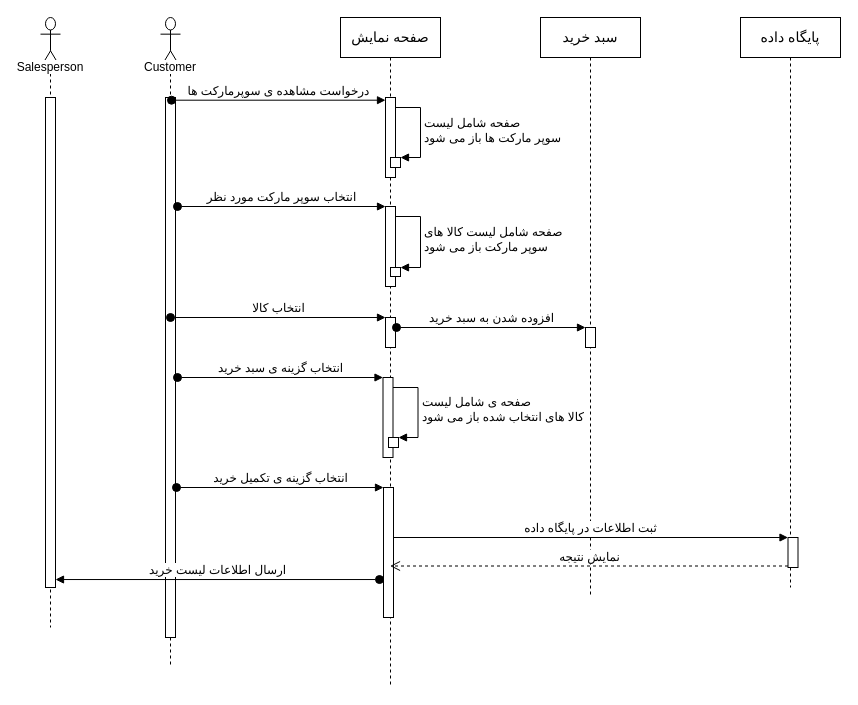
Above: docs/PurchaseSequenceDiagram.drawio in marketplus95/marketplus95 (draw.io), before the change. Source tidied: cells renumbered, new cells numbered last; positions are measured from the earlier drawing's top-left corner, leaving out a move shared by most shapes. Both pictures are drawn from the tidied source at 100%, with x=0, y=0 at pixel (40, 17).
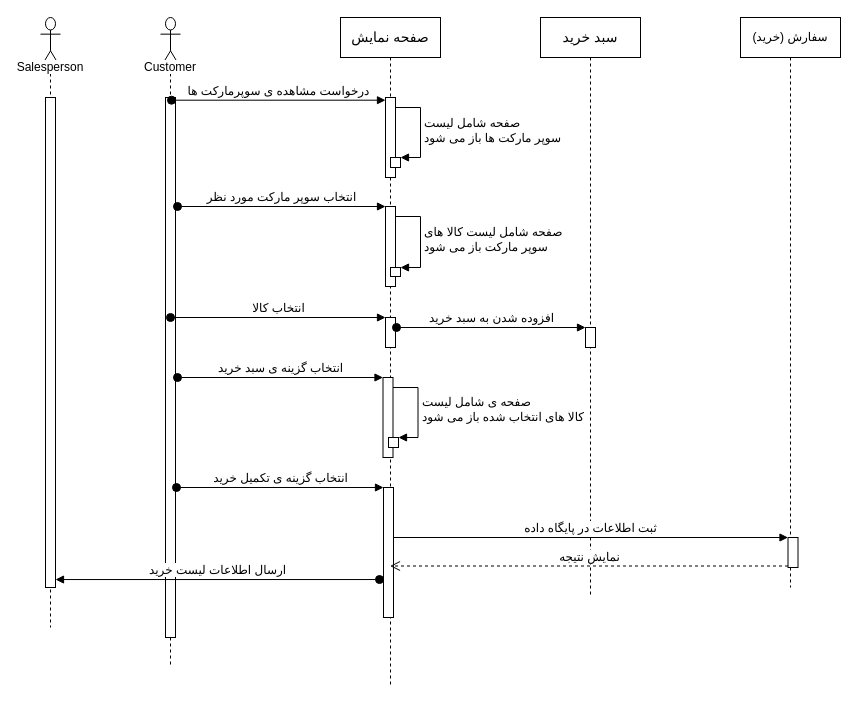
The same diagram, later.

The edit, as a diff of the source:
```diff
@@
-    <mxCell id="16" value="&lt;font style=&quot;font-size: 14px&quot;&gt;پایگاه داده&lt;/font&gt;" style="shape=umlLifeline;perimeter=lifelinePerimeter;whiteSpace=wrap;html=1;" parent="1" vertex="1">
+    <mxCell id="16" value="سفارش (خرید)" style="shape=umlLifeline;perimeter=lifelinePerimeter;whiteSpace=wrap;html=1;" parent="1" vertex="1">
       <mxGeometry x="700" width="100" height="570" as="geometry" />
     </mxCell>
```
